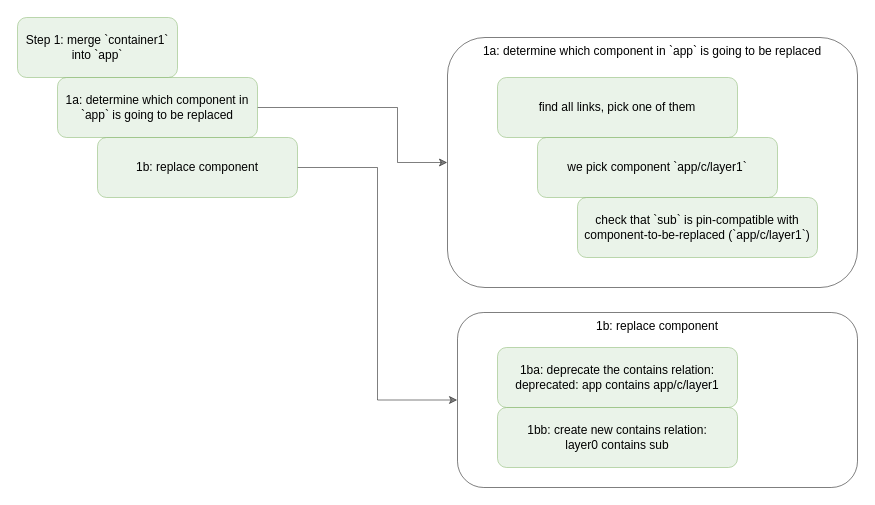
Above: page "Step 1 Overview" (6 of 13) of hello manual.drawio in guitarvydas/asc (draw.io), before the change. Source tidied: cells renumbered, new cells numbered last; positions are measured from the earlier drawing's top-left corner, leaving out a move shared by most shapes. Both pictures are drawn from the tidied source at 100%, with x=0, y=0 at pixel (17, 17).
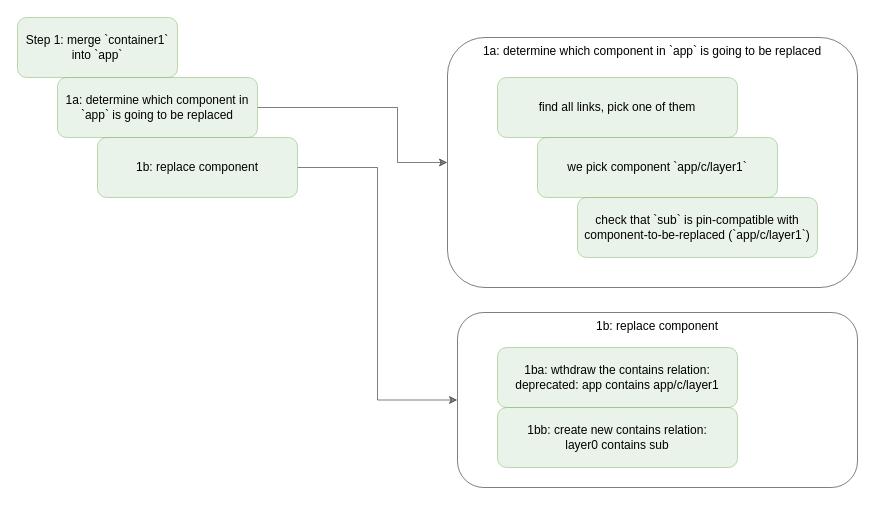
The same diagram, later.

The edit, as a diff of the source:
```diff
@@
 <mxGraphModel>
   <root>
     <mxCell id="0" />
     <mxCell id="1" parent="0" />
     <mxCell id="2" value="1b: replace component" style="rounded=1;whiteSpace=wrap;html=1;opacity=50;verticalAlign=top;" parent="1" vertex="1">
       <mxGeometry x="440" y="295" width="400" height="175" as="geometry" />
     </mxCell>
     <mxCell id="3" value="1a: determine which component in `app` is going to be replaced" style="rounded=1;whiteSpace=wrap;html=1;opacity=50;verticalAlign=top;" parent="1" vertex="1">
       <mxGeometry x="430" y="20" width="410" height="250" as="geometry" />
     </mxCell>
     <mxCell id="4" value="Step 1: merge `container1` into `app`" style="rounded=1;whiteSpace=wrap;html=1;opacity=50;fillColor=#d5e8d4;strokeColor=#82b366;" parent="1" vertex="1">
       <mxGeometry width="160" height="60" as="geometry" />
     </mxCell>
     <mxCell id="5" style="edgeStyle=orthogonalEdgeStyle;rounded=0;jettySize=auto;html=1;exitX=1;exitY=0.5;exitDx=0;exitDy=0;entryX=0;entryY=0.5;entryDx=0;entryDy=0;opacity=50;" parent="1" edge="1" source="6" target="3">
       <mxGeometry relative="1" as="geometry">
         <Array as="points">
           <mxPoint x="380" y="90" />
           <mxPoint x="380" y="145" />
         </Array>
       </mxGeometry>
     </mxCell>
     <mxCell id="6" value="1a: determine which component in `app` is going to be replaced" style="rounded=1;whiteSpace=wrap;html=1;opacity=50;fillColor=#d5e8d4;strokeColor=#82b366;" parent="1" vertex="1">
       <mxGeometry x="40" y="60" width="200" height="60" as="geometry" />
     </mxCell>
     <mxCell id="7" style="edgeStyle=orthogonalEdgeStyle;rounded=0;jettySize=auto;html=1;entryX=0;entryY=0.5;entryDx=0;entryDy=0;opacity=50;" parent="1" edge="1" source="8" target="2">
       <mxGeometry relative="1" as="geometry" />
     </mxCell>
     <mxCell id="8" value="1b: replace component" style="rounded=1;whiteSpace=wrap;html=1;opacity=50;fillColor=#d5e8d4;strokeColor=#82b366;" parent="1" vertex="1">
       <mxGeometry x="80" y="120" width="200" height="60" as="geometry" />
     </mxCell>
     <mxCell id="9" value="find all links, pick one of them" style="rounded=1;whiteSpace=wrap;html=1;opacity=50;fillColor=#d5e8d4;strokeColor=#82b366;" parent="1" vertex="1">
       <mxGeometry x="480" y="60" width="240" height="60" as="geometry" />
     </mxCell>
     <mxCell id="10" value="we pick component `app/c/layer1`" style="rounded=1;whiteSpace=wrap;html=1;opacity=50;fillColor=#d5e8d4;strokeColor=#82b366;" parent="1" vertex="1">
       <mxGeometry x="520" y="120" width="240" height="60" as="geometry" />
     </mxCell>
     <mxCell id="11" value="check that `sub` is pin-compatible with component-to-be-replaced (`app/c/layer1`)" style="rounded=1;whiteSpace=wrap;html=1;opacity=50;fillColor=#d5e8d4;strokeColor=#82b366;" parent="1" vertex="1">
       <mxGeometry x="560" y="180" width="240" height="60" as="geometry" />
     </mxCell>
-    <mxCell id="12" value="1ba: deprecate the contains relation:&lt;br&gt;deprecated: app contains app/c/layer1" style="rounded=1;whiteSpace=wrap;html=1;opacity=50;fillColor=#d5e8d4;strokeColor=#82b366;" parent="1" vertex="1">
+    <mxCell id="12" value="1ba: wthdraw the contains relation:&lt;br&gt;deprecated: app contains app/c/layer1" style="rounded=1;whiteSpace=wrap;html=1;opacity=50;fillColor=#d5e8d4;strokeColor=#82b366;" parent="1" vertex="1">
       <mxGeometry x="480" y="330" width="240" height="60" as="geometry" />
     </mxCell>
     <mxCell id="13" value="1bb: create new contains relation:&lt;br&gt;layer0 contains sub" style="rounded=1;whiteSpace=wrap;html=1;opacity=50;fillColor=#d5e8d4;strokeColor=#82b366;" parent="1" vertex="1">
       <mxGeometry x="480" y="390" width="240" height="60" as="geometry" />
     </mxCell>
   </root>
 </mxGraphModel>
```
